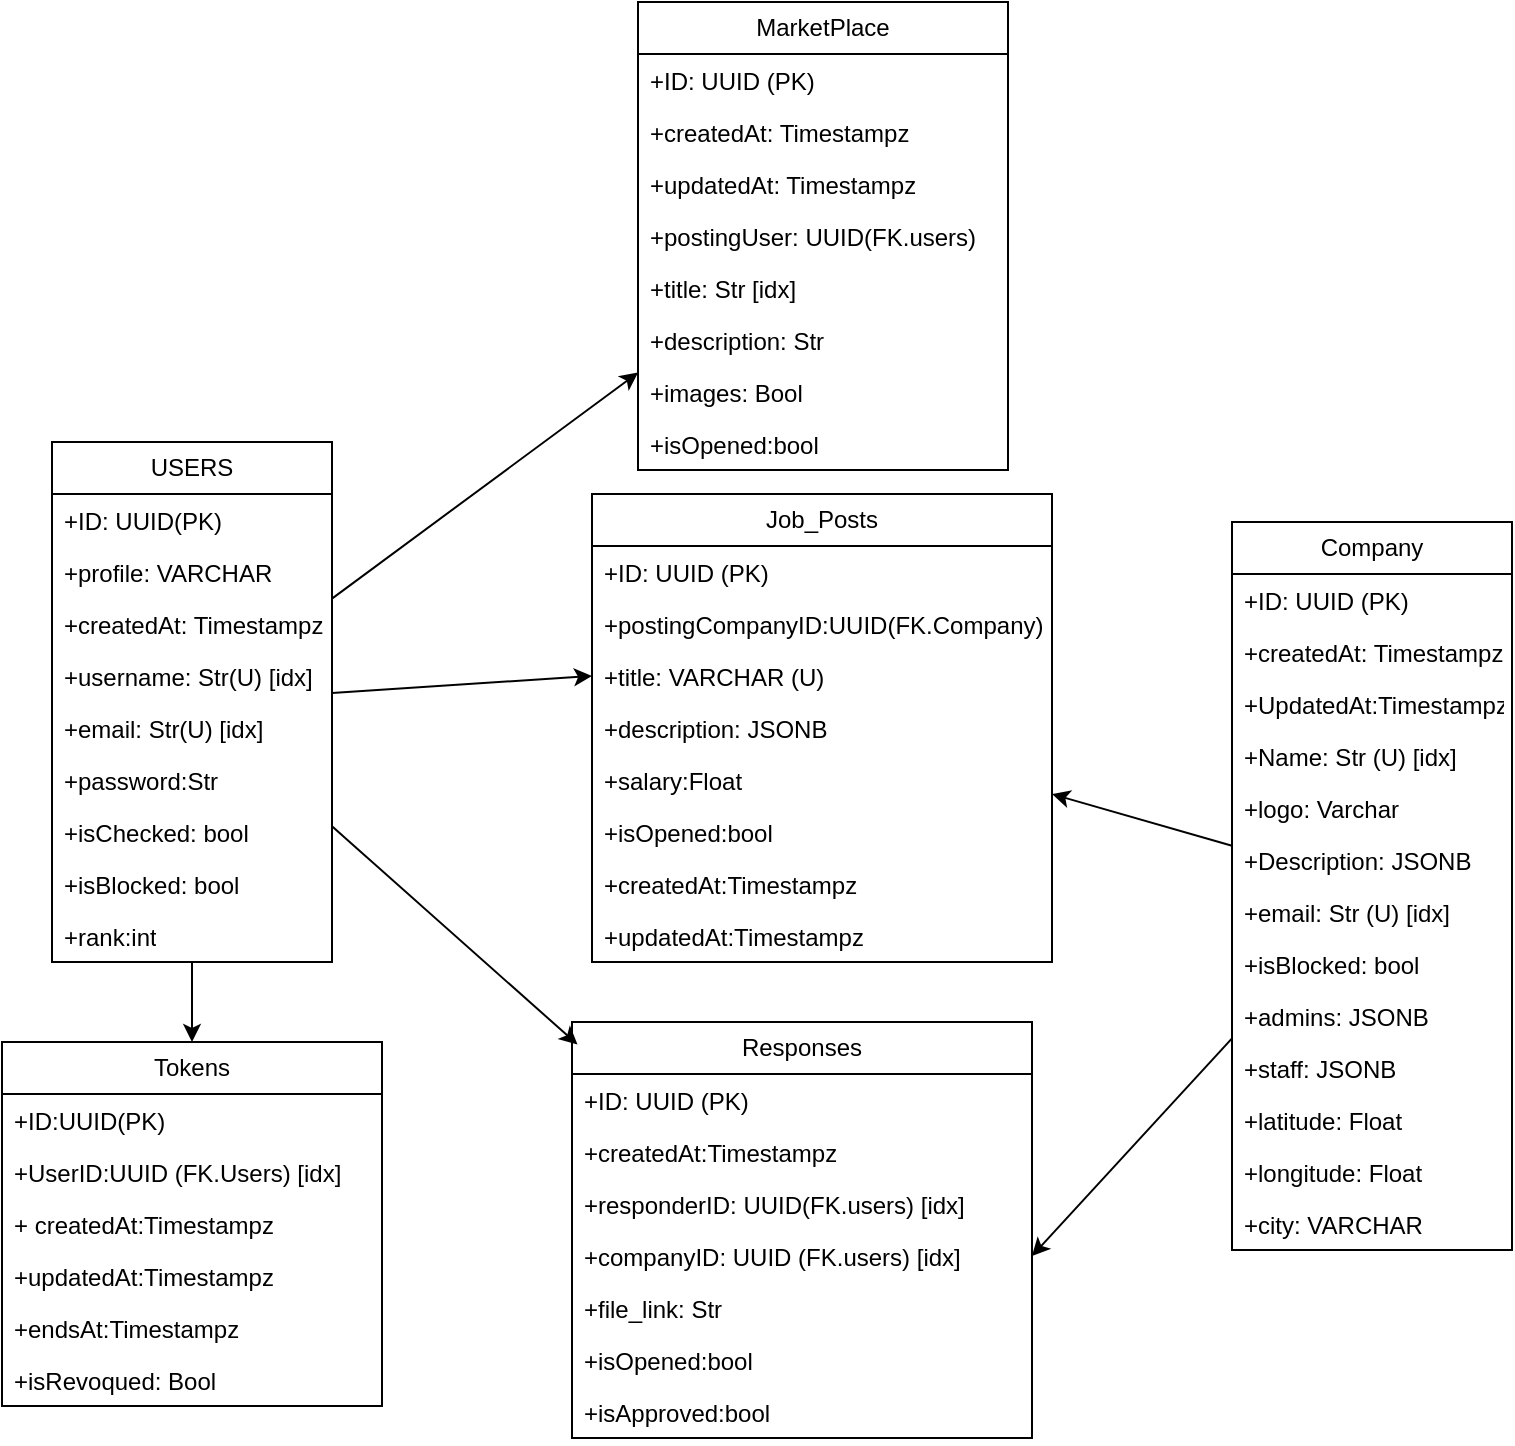
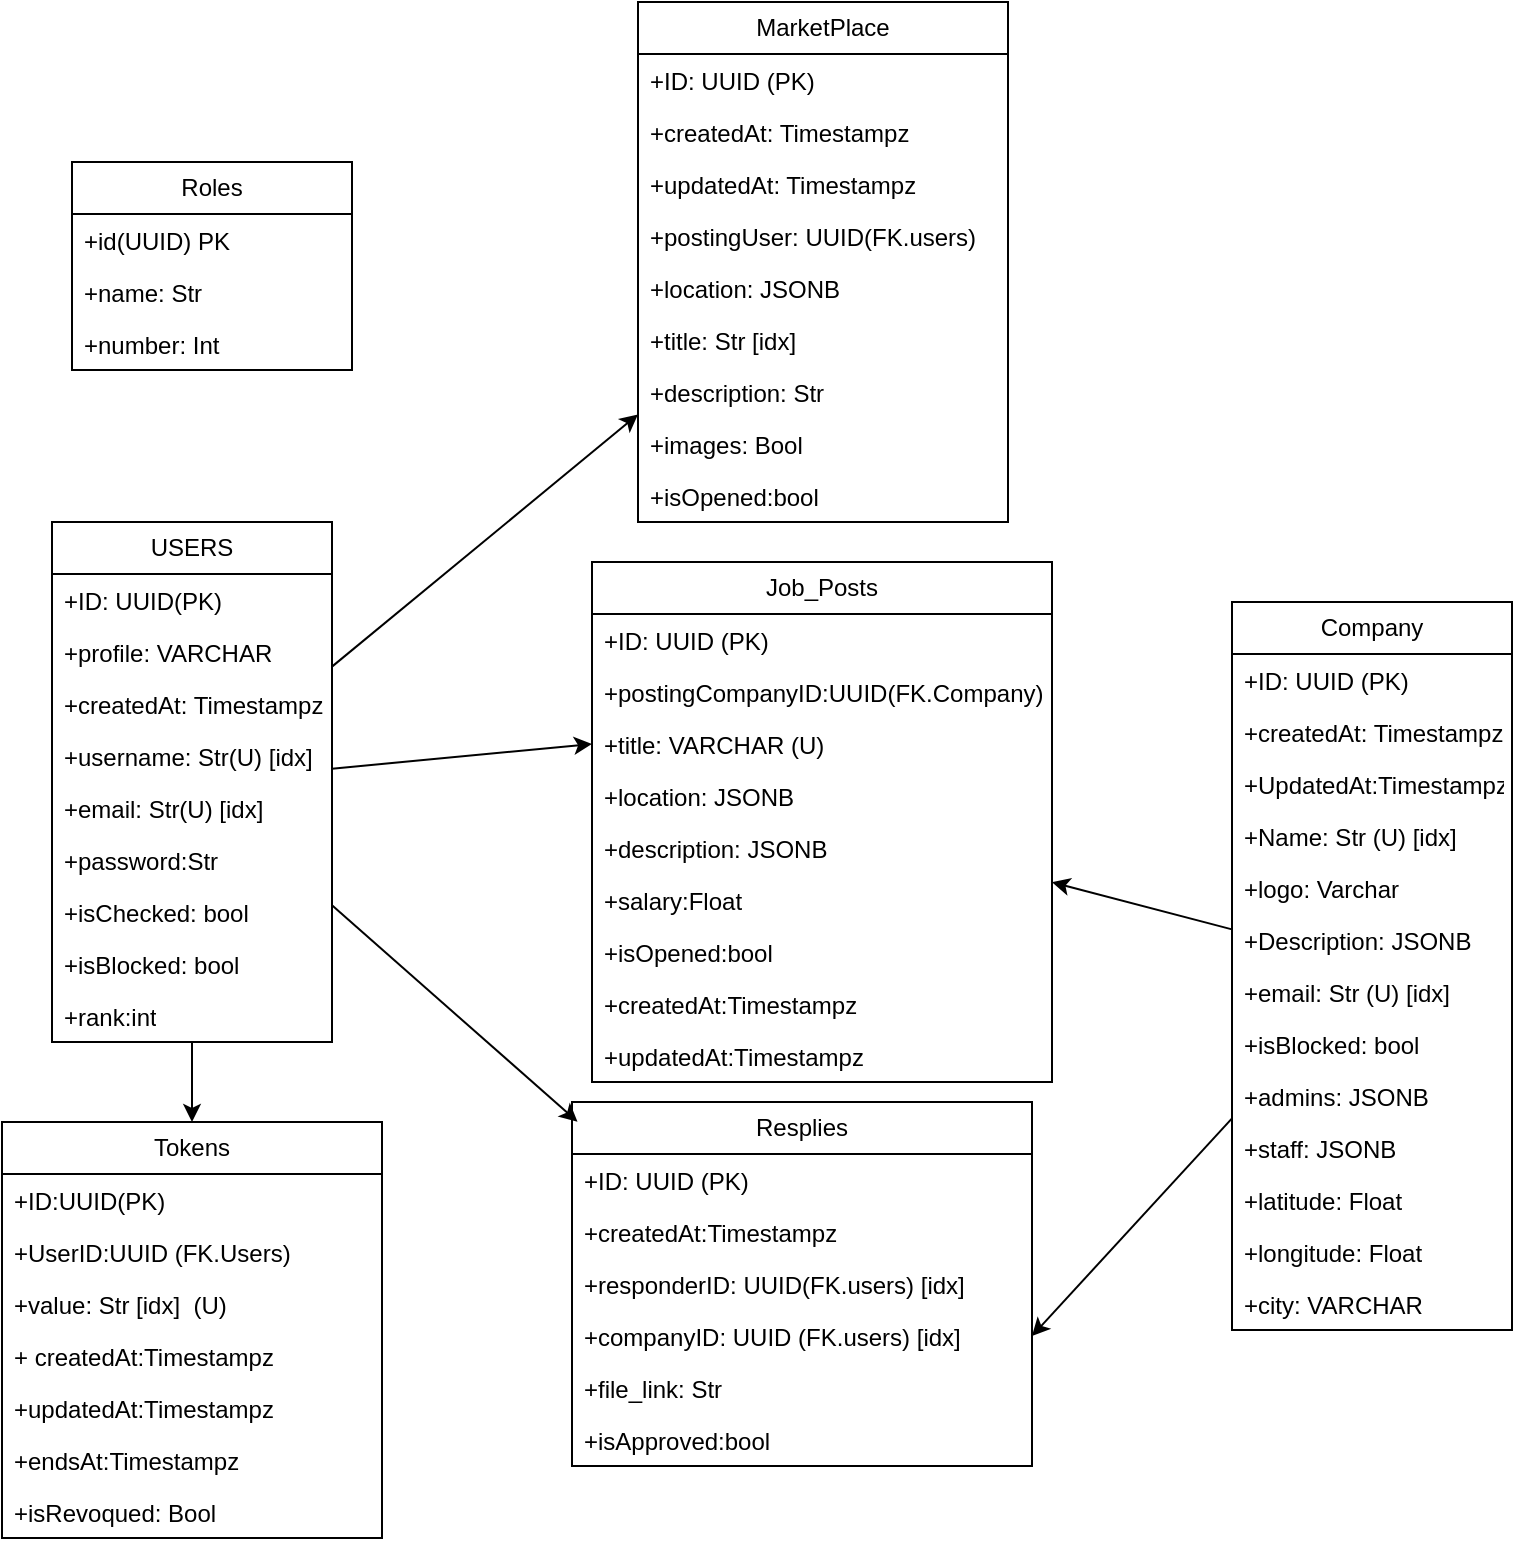
<mxfile host="65bd71144e">
    <diagram id="xegmaa3qzj7klPqwNCJy" name="Page-1">
-         <mxGraphModel dx="1268" dy="1686" grid="1" gridSize="10" guides="1" tooltips="1" connect="1" arrows="1" fold="1" page="1" pageScale="1" pageWidth="850" pageHeight="1100" math="0" shadow="0">
+         <mxGraphModel dx="791" dy="1949" grid="1" gridSize="10" guides="1" tooltips="1" connect="1" arrows="1" fold="1" page="1" pageScale="1" pageWidth="850" pageHeight="1100" math="0" shadow="0">
            <root>
                <mxCell id="0"/>
                <mxCell id="1" parent="0"/>
-                 <mxCell id="42" style="edgeStyle=none;html=1;entryX=0;entryY=0.5;entryDx=0;entryDy=0;" edge="1" parent="1" source="7" target="33">
-                     <mxGeometry relative="1" as="geometry"/>
-                 </mxCell>
-                 <mxCell id="57" style="edgeStyle=none;html=1;entryX=0.5;entryY=0;entryDx=0;entryDy=0;" edge="1" parent="1" source="7" target="45">
-                     <mxGeometry relative="1" as="geometry"/>
-                 </mxCell>
-                 <mxCell id="71" style="edgeStyle=none;html=1;" edge="1" parent="1" source="7" target="64">
-                     <mxGeometry relative="1" as="geometry"/>
-                 </mxCell>
-                 <mxCell id="7" value="USERS" style="swimlane;fontStyle=0;childLayout=stackLayout;horizontal=1;startSize=26;fillColor=none;horizontalStack=0;resizeParent=1;resizeParentMax=0;resizeLast=0;collapsible=1;marginBottom=0;whiteSpace=wrap;html=1;" vertex="1" parent="1">
+                 <mxCell id="42" style="edgeStyle=none;html=1;entryX=0;entryY=0.5;entryDx=0;entryDy=0;" parent="1" source="7" target="33" edge="1">
+                     <mxGeometry relative="1" as="geometry"/>
+                 </mxCell>
+                 <mxCell id="57" style="edgeStyle=none;html=1;entryX=0.5;entryY=0;entryDx=0;entryDy=0;" parent="1" source="7" target="45" edge="1">
+                     <mxGeometry relative="1" as="geometry"/>
+                 </mxCell>
+                 <mxCell id="71" style="edgeStyle=none;html=1;" parent="1" source="7" target="64" edge="1">
+                     <mxGeometry relative="1" as="geometry"/>
+                 </mxCell>
+                 <mxCell id="7" value="USERS" style="swimlane;fontStyle=0;childLayout=stackLayout;horizontal=1;startSize=26;fillColor=none;horizontalStack=0;resizeParent=1;resizeParentMax=0;resizeLast=0;collapsible=1;marginBottom=0;whiteSpace=wrap;html=1;" parent="1" vertex="1">
                    <mxGeometry x="40" y="160" width="140" height="260" as="geometry"/>
                </mxCell>
-                 <mxCell id="68" value="+ID: UUID(PK)" style="text;strokeColor=none;fillColor=none;align=left;verticalAlign=top;spacingLeft=4;spacingRight=4;overflow=hidden;rotatable=0;points=[[0,0.5],[1,0.5]];portConstraint=eastwest;whiteSpace=wrap;html=1;" vertex="1" parent="7">
+                 <mxCell id="68" value="+ID: UUID(PK)" style="text;strokeColor=none;fillColor=none;align=left;verticalAlign=top;spacingLeft=4;spacingRight=4;overflow=hidden;rotatable=0;points=[[0,0.5],[1,0.5]];portConstraint=eastwest;whiteSpace=wrap;html=1;" parent="7" vertex="1">
                    <mxGeometry y="26" width="140" height="26" as="geometry"/>
                </mxCell>
-                 <mxCell id="49" value="+profile: VARCHAR" style="text;strokeColor=none;fillColor=none;align=left;verticalAlign=top;spacingLeft=4;spacingRight=4;overflow=hidden;rotatable=0;points=[[0,0.5],[1,0.5]];portConstraint=eastwest;whiteSpace=wrap;html=1;" vertex="1" parent="7">
+                 <mxCell id="49" value="+profile: VARCHAR" style="text;strokeColor=none;fillColor=none;align=left;verticalAlign=top;spacingLeft=4;spacingRight=4;overflow=hidden;rotatable=0;points=[[0,0.5],[1,0.5]];portConstraint=eastwest;whiteSpace=wrap;html=1;" parent="7" vertex="1">
                    <mxGeometry y="52" width="140" height="26" as="geometry"/>
                </mxCell>
-                 <mxCell id="8" value="+createdAt: Timestampz" style="text;strokeColor=none;fillColor=none;align=left;verticalAlign=top;spacingLeft=4;spacingRight=4;overflow=hidden;rotatable=0;points=[[0,0.5],[1,0.5]];portConstraint=eastwest;whiteSpace=wrap;html=1;" vertex="1" parent="7">
+                 <mxCell id="8" value="+createdAt: Timestampz" style="text;strokeColor=none;fillColor=none;align=left;verticalAlign=top;spacingLeft=4;spacingRight=4;overflow=hidden;rotatable=0;points=[[0,0.5],[1,0.5]];portConstraint=eastwest;whiteSpace=wrap;html=1;" parent="7" vertex="1">
                    <mxGeometry y="78" width="140" height="26" as="geometry"/>
                </mxCell>
-                 <mxCell id="9" value="+username: Str(U) [idx]" style="text;strokeColor=none;fillColor=none;align=left;verticalAlign=top;spacingLeft=4;spacingRight=4;overflow=hidden;rotatable=0;points=[[0,0.5],[1,0.5]];portConstraint=eastwest;whiteSpace=wrap;html=1;" vertex="1" parent="7">
+                 <mxCell id="9" value="+username: Str(U) [idx]" style="text;strokeColor=none;fillColor=none;align=left;verticalAlign=top;spacingLeft=4;spacingRight=4;overflow=hidden;rotatable=0;points=[[0,0.5],[1,0.5]];portConstraint=eastwest;whiteSpace=wrap;html=1;" parent="7" vertex="1">
                    <mxGeometry y="104" width="140" height="26" as="geometry"/>
                </mxCell>
-                 <mxCell id="10" value="+email: Str(U) [idx]" style="text;strokeColor=none;fillColor=none;align=left;verticalAlign=top;spacingLeft=4;spacingRight=4;overflow=hidden;rotatable=0;points=[[0,0.5],[1,0.5]];portConstraint=eastwest;whiteSpace=wrap;html=1;" vertex="1" parent="7">
+                 <mxCell id="10" value="+email: Str(U) [idx]" style="text;strokeColor=none;fillColor=none;align=left;verticalAlign=top;spacingLeft=4;spacingRight=4;overflow=hidden;rotatable=0;points=[[0,0.5],[1,0.5]];portConstraint=eastwest;whiteSpace=wrap;html=1;" parent="7" vertex="1">
                    <mxGeometry y="130" width="140" height="26" as="geometry"/>
                </mxCell>
-                 <mxCell id="11" value="+password:Str" style="text;strokeColor=none;fillColor=none;align=left;verticalAlign=top;spacingLeft=4;spacingRight=4;overflow=hidden;rotatable=0;points=[[0,0.5],[1,0.5]];portConstraint=eastwest;whiteSpace=wrap;html=1;" vertex="1" parent="7">
+                 <mxCell id="11" value="+password:Str" style="text;strokeColor=none;fillColor=none;align=left;verticalAlign=top;spacingLeft=4;spacingRight=4;overflow=hidden;rotatable=0;points=[[0,0.5],[1,0.5]];portConstraint=eastwest;whiteSpace=wrap;html=1;" parent="7" vertex="1">
                    <mxGeometry y="156" width="140" height="26" as="geometry"/>
                </mxCell>
-                 <mxCell id="12" value="+isChecked: bool" style="text;strokeColor=none;fillColor=none;align=left;verticalAlign=top;spacingLeft=4;spacingRight=4;overflow=hidden;rotatable=0;points=[[0,0.5],[1,0.5]];portConstraint=eastwest;whiteSpace=wrap;html=1;" vertex="1" parent="7">
+                 <mxCell id="12" value="+isChecked: bool" style="text;strokeColor=none;fillColor=none;align=left;verticalAlign=top;spacingLeft=4;spacingRight=4;overflow=hidden;rotatable=0;points=[[0,0.5],[1,0.5]];portConstraint=eastwest;whiteSpace=wrap;html=1;" parent="7" vertex="1">
                    <mxGeometry y="182" width="140" height="26" as="geometry"/>
                </mxCell>
-                 <mxCell id="13" value="+isBlocked: bool" style="text;strokeColor=none;fillColor=none;align=left;verticalAlign=top;spacingLeft=4;spacingRight=4;overflow=hidden;rotatable=0;points=[[0,0.5],[1,0.5]];portConstraint=eastwest;whiteSpace=wrap;html=1;" vertex="1" parent="7">
+                 <mxCell id="13" value="+isBlocked: bool" style="text;strokeColor=none;fillColor=none;align=left;verticalAlign=top;spacingLeft=4;spacingRight=4;overflow=hidden;rotatable=0;points=[[0,0.5],[1,0.5]];portConstraint=eastwest;whiteSpace=wrap;html=1;" parent="7" vertex="1">
                    <mxGeometry y="208" width="140" height="26" as="geometry"/>
                </mxCell>
-                 <mxCell id="14" value="+rank:int" style="text;strokeColor=none;fillColor=none;align=left;verticalAlign=top;spacingLeft=4;spacingRight=4;overflow=hidden;rotatable=0;points=[[0,0.5],[1,0.5]];portConstraint=eastwest;whiteSpace=wrap;html=1;" vertex="1" parent="7">
+                 <mxCell id="14" value="+rank:int" style="text;strokeColor=none;fillColor=none;align=left;verticalAlign=top;spacingLeft=4;spacingRight=4;overflow=hidden;rotatable=0;points=[[0,0.5],[1,0.5]];portConstraint=eastwest;whiteSpace=wrap;html=1;" parent="7" vertex="1">
                    <mxGeometry y="234" width="140" height="26" as="geometry"/>
                </mxCell>
-                 <mxCell id="43" style="edgeStyle=none;html=1;entryX=1;entryY=0.5;entryDx=0;entryDy=0;" edge="1" parent="1" source="16" target="37">
-                     <mxGeometry relative="1" as="geometry"/>
-                 </mxCell>
-                 <mxCell id="44" style="edgeStyle=none;html=1;" edge="1" parent="1" source="16" target="26">
-                     <mxGeometry relative="1" as="geometry"/>
-                 </mxCell>
-                 <mxCell id="16" value="Company" style="swimlane;fontStyle=0;childLayout=stackLayout;horizontal=1;startSize=26;fillColor=none;horizontalStack=0;resizeParent=1;resizeParentMax=0;resizeLast=0;collapsible=1;marginBottom=0;whiteSpace=wrap;html=1;" vertex="1" parent="1">
+                 <mxCell id="43" style="edgeStyle=none;html=1;entryX=1;entryY=0.5;entryDx=0;entryDy=0;" parent="1" source="16" target="37" edge="1">
+                     <mxGeometry relative="1" as="geometry"/>
+                 </mxCell>
+                 <mxCell id="44" style="edgeStyle=none;html=1;" parent="1" source="16" target="26" edge="1">
+                     <mxGeometry relative="1" as="geometry"/>
+                 </mxCell>
+                 <mxCell id="16" value="Company" style="swimlane;fontStyle=0;childLayout=stackLayout;horizontal=1;startSize=26;fillColor=none;horizontalStack=0;resizeParent=1;resizeParentMax=0;resizeLast=0;collapsible=1;marginBottom=0;whiteSpace=wrap;html=1;" parent="1" vertex="1">
                    <mxGeometry x="630" y="200" width="140" height="364" as="geometry"/>
                </mxCell>
-                 <mxCell id="17" value="+ID: UUID (PK)&amp;nbsp;" style="text;strokeColor=none;fillColor=none;align=left;verticalAlign=top;spacingLeft=4;spacingRight=4;overflow=hidden;rotatable=0;points=[[0,0.5],[1,0.5]];portConstraint=eastwest;whiteSpace=wrap;html=1;" vertex="1" parent="16">
+                 <mxCell id="17" value="+ID: UUID (PK)&amp;nbsp;" style="text;strokeColor=none;fillColor=none;align=left;verticalAlign=top;spacingLeft=4;spacingRight=4;overflow=hidden;rotatable=0;points=[[0,0.5],[1,0.5]];portConstraint=eastwest;whiteSpace=wrap;html=1;" parent="16" vertex="1">
                    <mxGeometry y="26" width="140" height="26" as="geometry"/>
                </mxCell>
-                 <mxCell id="55" value="+createdAt: Timestampz" style="text;strokeColor=none;fillColor=none;align=left;verticalAlign=top;spacingLeft=4;spacingRight=4;overflow=hidden;rotatable=0;points=[[0,0.5],[1,0.5]];portConstraint=eastwest;whiteSpace=wrap;html=1;" vertex="1" parent="16">
+                 <mxCell id="55" value="+createdAt: Timestampz" style="text;strokeColor=none;fillColor=none;align=left;verticalAlign=top;spacingLeft=4;spacingRight=4;overflow=hidden;rotatable=0;points=[[0,0.5],[1,0.5]];portConstraint=eastwest;whiteSpace=wrap;html=1;" parent="16" vertex="1">
                    <mxGeometry y="52" width="140" height="26" as="geometry"/>
                </mxCell>
-                 <mxCell id="56" value="+UpdatedAt:Timestampz" style="text;strokeColor=none;fillColor=none;align=left;verticalAlign=top;spacingLeft=4;spacingRight=4;overflow=hidden;rotatable=0;points=[[0,0.5],[1,0.5]];portConstraint=eastwest;whiteSpace=wrap;html=1;" vertex="1" parent="16">
+                 <mxCell id="56" value="+UpdatedAt:Timestampz" style="text;strokeColor=none;fillColor=none;align=left;verticalAlign=top;spacingLeft=4;spacingRight=4;overflow=hidden;rotatable=0;points=[[0,0.5],[1,0.5]];portConstraint=eastwest;whiteSpace=wrap;html=1;" parent="16" vertex="1">
                    <mxGeometry y="78" width="140" height="26" as="geometry"/>
                </mxCell>
-                 <mxCell id="18" value="+Name: Str (U) [idx]" style="text;strokeColor=none;fillColor=none;align=left;verticalAlign=top;spacingLeft=4;spacingRight=4;overflow=hidden;rotatable=0;points=[[0,0.5],[1,0.5]];portConstraint=eastwest;whiteSpace=wrap;html=1;" vertex="1" parent="16">
+                 <mxCell id="18" value="+Name: Str (U) [idx]" style="text;strokeColor=none;fillColor=none;align=left;verticalAlign=top;spacingLeft=4;spacingRight=4;overflow=hidden;rotatable=0;points=[[0,0.5],[1,0.5]];portConstraint=eastwest;whiteSpace=wrap;html=1;" parent="16" vertex="1">
                    <mxGeometry y="104" width="140" height="26" as="geometry"/>
                </mxCell>
-                 <mxCell id="54" value="+logo: Varchar" style="text;strokeColor=none;fillColor=none;align=left;verticalAlign=top;spacingLeft=4;spacingRight=4;overflow=hidden;rotatable=0;points=[[0,0.5],[1,0.5]];portConstraint=eastwest;whiteSpace=wrap;html=1;" vertex="1" parent="16">
+                 <mxCell id="54" value="+logo: Varchar" style="text;strokeColor=none;fillColor=none;align=left;verticalAlign=top;spacingLeft=4;spacingRight=4;overflow=hidden;rotatable=0;points=[[0,0.5],[1,0.5]];portConstraint=eastwest;whiteSpace=wrap;html=1;" parent="16" vertex="1">
                    <mxGeometry y="130" width="140" height="26" as="geometry"/>
                </mxCell>
-                 <mxCell id="53" value="+Description: JSONB" style="text;strokeColor=none;fillColor=none;align=left;verticalAlign=top;spacingLeft=4;spacingRight=4;overflow=hidden;rotatable=0;points=[[0,0.5],[1,0.5]];portConstraint=eastwest;whiteSpace=wrap;html=1;" vertex="1" parent="16">
+                 <mxCell id="53" value="+Description: JSONB" style="text;strokeColor=none;fillColor=none;align=left;verticalAlign=top;spacingLeft=4;spacingRight=4;overflow=hidden;rotatable=0;points=[[0,0.5],[1,0.5]];portConstraint=eastwest;whiteSpace=wrap;html=1;" parent="16" vertex="1">
                    <mxGeometry y="156" width="140" height="26" as="geometry"/>
                </mxCell>
-                 <mxCell id="19" value="+email: Str (U) [idx]" style="text;strokeColor=none;fillColor=none;align=left;verticalAlign=top;spacingLeft=4;spacingRight=4;overflow=hidden;rotatable=0;points=[[0,0.5],[1,0.5]];portConstraint=eastwest;whiteSpace=wrap;html=1;" vertex="1" parent="16">
+                 <mxCell id="19" value="+email: Str (U) [idx]" style="text;strokeColor=none;fillColor=none;align=left;verticalAlign=top;spacingLeft=4;spacingRight=4;overflow=hidden;rotatable=0;points=[[0,0.5],[1,0.5]];portConstraint=eastwest;whiteSpace=wrap;html=1;" parent="16" vertex="1">
                    <mxGeometry y="182" width="140" height="26" as="geometry"/>
                </mxCell>
-                 <mxCell id="20" value="+isBlocked: bool" style="text;strokeColor=none;fillColor=none;align=left;verticalAlign=top;spacingLeft=4;spacingRight=4;overflow=hidden;rotatable=0;points=[[0,0.5],[1,0.5]];portConstraint=eastwest;whiteSpace=wrap;html=1;" vertex="1" parent="16">
+                 <mxCell id="20" value="+isBlocked: bool" style="text;strokeColor=none;fillColor=none;align=left;verticalAlign=top;spacingLeft=4;spacingRight=4;overflow=hidden;rotatable=0;points=[[0,0.5],[1,0.5]];portConstraint=eastwest;whiteSpace=wrap;html=1;" parent="16" vertex="1">
                    <mxGeometry y="208" width="140" height="26" as="geometry"/>
                </mxCell>
-                 <mxCell id="21" value="+admins: JSONB" style="text;strokeColor=none;fillColor=none;align=left;verticalAlign=top;spacingLeft=4;spacingRight=4;overflow=hidden;rotatable=0;points=[[0,0.5],[1,0.5]];portConstraint=eastwest;whiteSpace=wrap;html=1;" vertex="1" parent="16">
+                 <mxCell id="21" value="+admins: JSONB" style="text;strokeColor=none;fillColor=none;align=left;verticalAlign=top;spacingLeft=4;spacingRight=4;overflow=hidden;rotatable=0;points=[[0,0.5],[1,0.5]];portConstraint=eastwest;whiteSpace=wrap;html=1;" parent="16" vertex="1">
                    <mxGeometry y="234" width="140" height="26" as="geometry"/>
                </mxCell>
-                 <mxCell id="22" value="+staff: JSONB" style="text;strokeColor=none;fillColor=none;align=left;verticalAlign=top;spacingLeft=4;spacingRight=4;overflow=hidden;rotatable=0;points=[[0,0.5],[1,0.5]];portConstraint=eastwest;whiteSpace=wrap;html=1;" vertex="1" parent="16">
+                 <mxCell id="22" value="+staff: JSONB" style="text;strokeColor=none;fillColor=none;align=left;verticalAlign=top;spacingLeft=4;spacingRight=4;overflow=hidden;rotatable=0;points=[[0,0.5],[1,0.5]];portConstraint=eastwest;whiteSpace=wrap;html=1;" parent="16" vertex="1">
                    <mxGeometry y="260" width="140" height="26" as="geometry"/>
                </mxCell>
-                 <mxCell id="23" value="+latitude: Float" style="text;strokeColor=none;fillColor=none;align=left;verticalAlign=top;spacingLeft=4;spacingRight=4;overflow=hidden;rotatable=0;points=[[0,0.5],[1,0.5]];portConstraint=eastwest;whiteSpace=wrap;html=1;" vertex="1" parent="16">
+                 <mxCell id="23" value="+latitude: Float" style="text;strokeColor=none;fillColor=none;align=left;verticalAlign=top;spacingLeft=4;spacingRight=4;overflow=hidden;rotatable=0;points=[[0,0.5],[1,0.5]];portConstraint=eastwest;whiteSpace=wrap;html=1;" parent="16" vertex="1">
                    <mxGeometry y="286" width="140" height="26" as="geometry"/>
                </mxCell>
-                 <mxCell id="24" value="+longitude: Float" style="text;strokeColor=none;fillColor=none;align=left;verticalAlign=top;spacingLeft=4;spacingRight=4;overflow=hidden;rotatable=0;points=[[0,0.5],[1,0.5]];portConstraint=eastwest;whiteSpace=wrap;html=1;" vertex="1" parent="16">
+                 <mxCell id="24" value="+longitude: Float" style="text;strokeColor=none;fillColor=none;align=left;verticalAlign=top;spacingLeft=4;spacingRight=4;overflow=hidden;rotatable=0;points=[[0,0.5],[1,0.5]];portConstraint=eastwest;whiteSpace=wrap;html=1;" parent="16" vertex="1">
                    <mxGeometry y="312" width="140" height="26" as="geometry"/>
                </mxCell>
-                 <mxCell id="25" value="+city: VARCHAR" style="text;strokeColor=none;fillColor=none;align=left;verticalAlign=top;spacingLeft=4;spacingRight=4;overflow=hidden;rotatable=0;points=[[0,0.5],[1,0.5]];portConstraint=eastwest;whiteSpace=wrap;html=1;" vertex="1" parent="16">
+                 <mxCell id="25" value="+city: VARCHAR" style="text;strokeColor=none;fillColor=none;align=left;verticalAlign=top;spacingLeft=4;spacingRight=4;overflow=hidden;rotatable=0;points=[[0,0.5],[1,0.5]];portConstraint=eastwest;whiteSpace=wrap;html=1;" parent="16" vertex="1">
                    <mxGeometry y="338" width="140" height="26" as="geometry"/>
                </mxCell>
-                 <mxCell id="26" value="Job_Posts" style="swimlane;fontStyle=0;childLayout=stackLayout;horizontal=1;startSize=26;fillColor=none;horizontalStack=0;resizeParent=1;resizeParentMax=0;resizeLast=0;collapsible=1;marginBottom=0;whiteSpace=wrap;html=1;" vertex="1" parent="1">
-                     <mxGeometry x="310" y="186" width="230" height="234" as="geometry"/>
-                 </mxCell>
-                 <mxCell id="27" value="+ID: UUID (PK)" style="text;strokeColor=none;fillColor=none;align=left;verticalAlign=top;spacingLeft=4;spacingRight=4;overflow=hidden;rotatable=0;points=[[0,0.5],[1,0.5]];portConstraint=eastwest;whiteSpace=wrap;html=1;" vertex="1" parent="26">
+                 <mxCell id="26" value="Job_Posts" style="swimlane;fontStyle=0;childLayout=stackLayout;horizontal=1;startSize=26;fillColor=none;horizontalStack=0;resizeParent=1;resizeParentMax=0;resizeLast=0;collapsible=1;marginBottom=0;whiteSpace=wrap;html=1;" parent="1" vertex="1">
+                     <mxGeometry x="310" y="180" width="230" height="260" as="geometry"/>
+                 </mxCell>
+                 <mxCell id="27" value="+ID: UUID (PK)" style="text;strokeColor=none;fillColor=none;align=left;verticalAlign=top;spacingLeft=4;spacingRight=4;overflow=hidden;rotatable=0;points=[[0,0.5],[1,0.5]];portConstraint=eastwest;whiteSpace=wrap;html=1;" parent="26" vertex="1">
                    <mxGeometry y="26" width="230" height="26" as="geometry"/>
                </mxCell>
-                 <mxCell id="28" value="+postingCompanyID:UUID(FK.Company)" style="text;strokeColor=none;fillColor=none;align=left;verticalAlign=top;spacingLeft=4;spacingRight=4;overflow=hidden;rotatable=0;points=[[0,0.5],[1,0.5]];portConstraint=eastwest;whiteSpace=wrap;html=1;" vertex="1" parent="26">
+                 <mxCell id="28" value="+postingCompanyID:UUID(FK.Company)" style="text;strokeColor=none;fillColor=none;align=left;verticalAlign=top;spacingLeft=4;spacingRight=4;overflow=hidden;rotatable=0;points=[[0,0.5],[1,0.5]];portConstraint=eastwest;whiteSpace=wrap;html=1;" parent="26" vertex="1">
                    <mxGeometry y="52" width="230" height="26" as="geometry"/>
                </mxCell>
-                 <mxCell id="33" value="+title: VARCHAR (U)" style="text;strokeColor=none;fillColor=none;align=left;verticalAlign=top;spacingLeft=4;spacingRight=4;overflow=hidden;rotatable=0;points=[[0,0.5],[1,0.5]];portConstraint=eastwest;whiteSpace=wrap;html=1;" vertex="1" parent="26">
+                 <mxCell id="33" value="+title: VARCHAR (U)" style="text;strokeColor=none;fillColor=none;align=left;verticalAlign=top;spacingLeft=4;spacingRight=4;overflow=hidden;rotatable=0;points=[[0,0.5],[1,0.5]];portConstraint=eastwest;whiteSpace=wrap;html=1;" parent="26" vertex="1">
                    <mxGeometry y="78" width="230" height="26" as="geometry"/>
                </mxCell>
-                 <mxCell id="32" value="+description: JSONB" style="text;strokeColor=none;fillColor=none;align=left;verticalAlign=top;spacingLeft=4;spacingRight=4;overflow=hidden;rotatable=0;points=[[0,0.5],[1,0.5]];portConstraint=eastwest;whiteSpace=wrap;html=1;" vertex="1" parent="26">
+                 <mxCell id="81" value="+location: JSONB" style="text;strokeColor=none;fillColor=none;align=left;verticalAlign=top;spacingLeft=4;spacingRight=4;overflow=hidden;rotatable=0;points=[[0,0.5],[1,0.5]];portConstraint=eastwest;whiteSpace=wrap;html=1;" vertex="1" parent="26">
                    <mxGeometry y="104" width="230" height="26" as="geometry"/>
                </mxCell>
-                 <mxCell id="50" value="+salary:Float" style="text;strokeColor=none;fillColor=none;align=left;verticalAlign=top;spacingLeft=4;spacingRight=4;overflow=hidden;rotatable=0;points=[[0,0.5],[1,0.5]];portConstraint=eastwest;whiteSpace=wrap;html=1;" vertex="1" parent="26">
+                 <mxCell id="32" value="+description: JSONB" style="text;strokeColor=none;fillColor=none;align=left;verticalAlign=top;spacingLeft=4;spacingRight=4;overflow=hidden;rotatable=0;points=[[0,0.5],[1,0.5]];portConstraint=eastwest;whiteSpace=wrap;html=1;" parent="26" vertex="1">
                    <mxGeometry y="130" width="230" height="26" as="geometry"/>
                </mxCell>
-                 <mxCell id="51" value="+isOpened:bool" style="text;strokeColor=none;fillColor=none;align=left;verticalAlign=top;spacingLeft=4;spacingRight=4;overflow=hidden;rotatable=0;points=[[0,0.5],[1,0.5]];portConstraint=eastwest;whiteSpace=wrap;html=1;" vertex="1" parent="26">
+                 <mxCell id="50" value="+salary:Float" style="text;strokeColor=none;fillColor=none;align=left;verticalAlign=top;spacingLeft=4;spacingRight=4;overflow=hidden;rotatable=0;points=[[0,0.5],[1,0.5]];portConstraint=eastwest;whiteSpace=wrap;html=1;" parent="26" vertex="1">
                    <mxGeometry y="156" width="230" height="26" as="geometry"/>
                </mxCell>
-                 <mxCell id="52" value="+createdAt:Timestampz" style="text;strokeColor=none;fillColor=none;align=left;verticalAlign=top;spacingLeft=4;spacingRight=4;overflow=hidden;rotatable=0;points=[[0,0.5],[1,0.5]];portConstraint=eastwest;whiteSpace=wrap;html=1;" vertex="1" parent="26">
+                 <mxCell id="51" value="+isOpened:bool" style="text;strokeColor=none;fillColor=none;align=left;verticalAlign=top;spacingLeft=4;spacingRight=4;overflow=hidden;rotatable=0;points=[[0,0.5],[1,0.5]];portConstraint=eastwest;whiteSpace=wrap;html=1;" parent="26" vertex="1">
                    <mxGeometry y="182" width="230" height="26" as="geometry"/>
                </mxCell>
-                 <mxCell id="29" value="+updatedAt:Timestampz" style="text;strokeColor=none;fillColor=none;align=left;verticalAlign=top;spacingLeft=4;spacingRight=4;overflow=hidden;rotatable=0;points=[[0,0.5],[1,0.5]];portConstraint=eastwest;whiteSpace=wrap;html=1;" vertex="1" parent="26">
+                 <mxCell id="52" value="+createdAt:Timestampz" style="text;strokeColor=none;fillColor=none;align=left;verticalAlign=top;spacingLeft=4;spacingRight=4;overflow=hidden;rotatable=0;points=[[0,0.5],[1,0.5]];portConstraint=eastwest;whiteSpace=wrap;html=1;" parent="26" vertex="1">
                    <mxGeometry y="208" width="230" height="26" as="geometry"/>
                </mxCell>
-                 <mxCell id="34" value="Responses" style="swimlane;fontStyle=0;childLayout=stackLayout;horizontal=1;startSize=26;fillColor=none;horizontalStack=0;resizeParent=1;resizeParentMax=0;resizeLast=0;collapsible=1;marginBottom=0;whiteSpace=wrap;html=1;" vertex="1" parent="1">
-                     <mxGeometry x="300" y="450" width="230" height="208" as="geometry"/>
-                 </mxCell>
-                 <mxCell id="35" value="+ID: UUID (PK)" style="text;strokeColor=none;fillColor=none;align=left;verticalAlign=top;spacingLeft=4;spacingRight=4;overflow=hidden;rotatable=0;points=[[0,0.5],[1,0.5]];portConstraint=eastwest;whiteSpace=wrap;html=1;" vertex="1" parent="34">
+                 <mxCell id="29" value="+updatedAt:Timestampz" style="text;strokeColor=none;fillColor=none;align=left;verticalAlign=top;spacingLeft=4;spacingRight=4;overflow=hidden;rotatable=0;points=[[0,0.5],[1,0.5]];portConstraint=eastwest;whiteSpace=wrap;html=1;" parent="26" vertex="1">
+                     <mxGeometry y="234" width="230" height="26" as="geometry"/>
+                 </mxCell>
+                 <mxCell id="34" value="Resplies" style="swimlane;fontStyle=0;childLayout=stackLayout;horizontal=1;startSize=26;fillColor=none;horizontalStack=0;resizeParent=1;resizeParentMax=0;resizeLast=0;collapsible=1;marginBottom=0;whiteSpace=wrap;html=1;" parent="1" vertex="1">
+                     <mxGeometry x="300" y="450" width="230" height="182" as="geometry"/>
+                 </mxCell>
+                 <mxCell id="35" value="+ID: UUID (PK)" style="text;strokeColor=none;fillColor=none;align=left;verticalAlign=top;spacingLeft=4;spacingRight=4;overflow=hidden;rotatable=0;points=[[0,0.5],[1,0.5]];portConstraint=eastwest;whiteSpace=wrap;html=1;" parent="34" vertex="1">
                    <mxGeometry y="26" width="230" height="26" as="geometry"/>
                </mxCell>
-                 <mxCell id="63" value="+createdAt:Timestampz" style="text;strokeColor=none;fillColor=none;align=left;verticalAlign=top;spacingLeft=4;spacingRight=4;overflow=hidden;rotatable=0;points=[[0,0.5],[1,0.5]];portConstraint=eastwest;whiteSpace=wrap;html=1;" vertex="1" parent="34">
+                 <mxCell id="63" value="+createdAt:Timestampz" style="text;strokeColor=none;fillColor=none;align=left;verticalAlign=top;spacingLeft=4;spacingRight=4;overflow=hidden;rotatable=0;points=[[0,0.5],[1,0.5]];portConstraint=eastwest;whiteSpace=wrap;html=1;" parent="34" vertex="1">
                    <mxGeometry y="52" width="230" height="26" as="geometry"/>
                </mxCell>
-                 <mxCell id="36" value="+responderID: UUID(FK.users) [idx]" style="text;strokeColor=none;fillColor=none;align=left;verticalAlign=top;spacingLeft=4;spacingRight=4;overflow=hidden;rotatable=0;points=[[0,0.5],[1,0.5]];portConstraint=eastwest;whiteSpace=wrap;html=1;" vertex="1" parent="34">
+                 <mxCell id="36" value="+responderID: UUID(FK.users) [idx]" style="text;strokeColor=none;fillColor=none;align=left;verticalAlign=top;spacingLeft=4;spacingRight=4;overflow=hidden;rotatable=0;points=[[0,0.5],[1,0.5]];portConstraint=eastwest;whiteSpace=wrap;html=1;" parent="34" vertex="1">
                    <mxGeometry y="78" width="230" height="26" as="geometry"/>
                </mxCell>
-                 <mxCell id="37" value="+companyID: UUID (FK.users) [idx]" style="text;strokeColor=none;fillColor=none;align=left;verticalAlign=top;spacingLeft=4;spacingRight=4;overflow=hidden;rotatable=0;points=[[0,0.5],[1,0.5]];portConstraint=eastwest;whiteSpace=wrap;html=1;" vertex="1" parent="34">
+                 <mxCell id="37" value="+companyID: UUID (FK.users) [idx]" style="text;strokeColor=none;fillColor=none;align=left;verticalAlign=top;spacingLeft=4;spacingRight=4;overflow=hidden;rotatable=0;points=[[0,0.5],[1,0.5]];portConstraint=eastwest;whiteSpace=wrap;html=1;" parent="34" vertex="1">
                    <mxGeometry y="104" width="230" height="26" as="geometry"/>
                </mxCell>
-                 <mxCell id="38" value="+file_link: Str" style="text;strokeColor=none;fillColor=none;align=left;verticalAlign=top;spacingLeft=4;spacingRight=4;overflow=hidden;rotatable=0;points=[[0,0.5],[1,0.5]];portConstraint=eastwest;whiteSpace=wrap;html=1;" vertex="1" parent="34">
+                 <mxCell id="38" value="+file_link: Str" style="text;strokeColor=none;fillColor=none;align=left;verticalAlign=top;spacingLeft=4;spacingRight=4;overflow=hidden;rotatable=0;points=[[0,0.5],[1,0.5]];portConstraint=eastwest;whiteSpace=wrap;html=1;" parent="34" vertex="1">
                    <mxGeometry y="130" width="230" height="26" as="geometry"/>
                </mxCell>
-                 <mxCell id="39" value="+isOpened:bool" style="text;strokeColor=none;fillColor=none;align=left;verticalAlign=top;spacingLeft=4;spacingRight=4;overflow=hidden;rotatable=0;points=[[0,0.5],[1,0.5]];portConstraint=eastwest;whiteSpace=wrap;html=1;" vertex="1" parent="34">
+                 <mxCell id="40" value="+isApproved:bool" style="text;strokeColor=none;fillColor=none;align=left;verticalAlign=top;spacingLeft=4;spacingRight=4;overflow=hidden;rotatable=0;points=[[0,0.5],[1,0.5]];portConstraint=eastwest;whiteSpace=wrap;html=1;" parent="34" vertex="1">
                    <mxGeometry y="156" width="230" height="26" as="geometry"/>
                </mxCell>
-                 <mxCell id="40" value="+isApproved:bool" style="text;strokeColor=none;fillColor=none;align=left;verticalAlign=top;spacingLeft=4;spacingRight=4;overflow=hidden;rotatable=0;points=[[0,0.5],[1,0.5]];portConstraint=eastwest;whiteSpace=wrap;html=1;" vertex="1" parent="34">
-                     <mxGeometry y="182" width="230" height="26" as="geometry"/>
-                 </mxCell>
-                 <mxCell id="41" style="edgeStyle=none;html=1;entryX=0.012;entryY=0.054;entryDx=0;entryDy=0;entryPerimeter=0;" edge="1" parent="1" source="7" target="34">
-                     <mxGeometry relative="1" as="geometry"/>
-                 </mxCell>
-                 <mxCell id="45" value="Tokens" style="swimlane;fontStyle=0;childLayout=stackLayout;horizontal=1;startSize=26;fillColor=none;horizontalStack=0;resizeParent=1;resizeParentMax=0;resizeLast=0;collapsible=1;marginBottom=0;whiteSpace=wrap;html=1;" vertex="1" parent="1">
-                     <mxGeometry x="15" y="460" width="190" height="182" as="geometry"/>
-                 </mxCell>
-                 <mxCell id="46" value="+ID:UUID(PK)" style="text;strokeColor=none;fillColor=none;align=left;verticalAlign=top;spacingLeft=4;spacingRight=4;overflow=hidden;rotatable=0;points=[[0,0.5],[1,0.5]];portConstraint=eastwest;whiteSpace=wrap;html=1;" vertex="1" parent="45">
+                 <mxCell id="41" style="edgeStyle=none;html=1;entryX=0.012;entryY=0.054;entryDx=0;entryDy=0;entryPerimeter=0;" parent="1" source="7" target="34" edge="1">
+                     <mxGeometry relative="1" as="geometry"/>
+                 </mxCell>
+                 <mxCell id="45" value="Tokens" style="swimlane;fontStyle=0;childLayout=stackLayout;horizontal=1;startSize=26;fillColor=none;horizontalStack=0;resizeParent=1;resizeParentMax=0;resizeLast=0;collapsible=1;marginBottom=0;whiteSpace=wrap;html=1;" parent="1" vertex="1">
+                     <mxGeometry x="15" y="460" width="190" height="208" as="geometry"/>
+                 </mxCell>
+                 <mxCell id="46" value="+ID:UUID(PK)" style="text;strokeColor=none;fillColor=none;align=left;verticalAlign=top;spacingLeft=4;spacingRight=4;overflow=hidden;rotatable=0;points=[[0,0.5],[1,0.5]];portConstraint=eastwest;whiteSpace=wrap;html=1;" parent="45" vertex="1">
                    <mxGeometry y="26" width="190" height="26" as="geometry"/>
                </mxCell>
-                 <mxCell id="47" value="+UserID:UUID (FK.Users) [idx]" style="text;strokeColor=none;fillColor=none;align=left;verticalAlign=top;spacingLeft=4;spacingRight=4;overflow=hidden;rotatable=0;points=[[0,0.5],[1,0.5]];portConstraint=eastwest;whiteSpace=wrap;html=1;" vertex="1" parent="45">
+                 <mxCell id="79" value="+UserID:UUID (FK.Users)" style="text;strokeColor=none;fillColor=none;align=left;verticalAlign=top;spacingLeft=4;spacingRight=4;overflow=hidden;rotatable=0;points=[[0,0.5],[1,0.5]];portConstraint=eastwest;whiteSpace=wrap;html=1;" vertex="1" parent="45">
                    <mxGeometry y="52" width="190" height="26" as="geometry"/>
                </mxCell>
-                 <mxCell id="58" value="+ createdAt:Timestampz" style="text;strokeColor=none;fillColor=none;align=left;verticalAlign=top;spacingLeft=4;spacingRight=4;overflow=hidden;rotatable=0;points=[[0,0.5],[1,0.5]];portConstraint=eastwest;whiteSpace=wrap;html=1;" vertex="1" parent="45">
+                 <mxCell id="47" value="+value: Str [idx]&amp;nbsp; (U)" style="text;strokeColor=none;fillColor=none;align=left;verticalAlign=top;spacingLeft=4;spacingRight=4;overflow=hidden;rotatable=0;points=[[0,0.5],[1,0.5]];portConstraint=eastwest;whiteSpace=wrap;html=1;" parent="45" vertex="1">
                    <mxGeometry y="78" width="190" height="26" as="geometry"/>
                </mxCell>
-                 <mxCell id="59" value="+updatedAt:Timestampz" style="text;strokeColor=none;fillColor=none;align=left;verticalAlign=top;spacingLeft=4;spacingRight=4;overflow=hidden;rotatable=0;points=[[0,0.5],[1,0.5]];portConstraint=eastwest;whiteSpace=wrap;html=1;" vertex="1" parent="45">
+                 <mxCell id="58" value="+ createdAt:Timestampz" style="text;strokeColor=none;fillColor=none;align=left;verticalAlign=top;spacingLeft=4;spacingRight=4;overflow=hidden;rotatable=0;points=[[0,0.5],[1,0.5]];portConstraint=eastwest;whiteSpace=wrap;html=1;" parent="45" vertex="1">
                    <mxGeometry y="104" width="190" height="26" as="geometry"/>
                </mxCell>
-                 <mxCell id="60" value="+endsAt:Timestampz" style="text;strokeColor=none;fillColor=none;align=left;verticalAlign=top;spacingLeft=4;spacingRight=4;overflow=hidden;rotatable=0;points=[[0,0.5],[1,0.5]];portConstraint=eastwest;whiteSpace=wrap;html=1;" vertex="1" parent="45">
+                 <mxCell id="59" value="+updatedAt:Timestampz" style="text;strokeColor=none;fillColor=none;align=left;verticalAlign=top;spacingLeft=4;spacingRight=4;overflow=hidden;rotatable=0;points=[[0,0.5],[1,0.5]];portConstraint=eastwest;whiteSpace=wrap;html=1;" parent="45" vertex="1">
                    <mxGeometry y="130" width="190" height="26" as="geometry"/>
                </mxCell>
-                 <mxCell id="48" value="+isRevoqued: Bool" style="text;strokeColor=none;fillColor=none;align=left;verticalAlign=top;spacingLeft=4;spacingRight=4;overflow=hidden;rotatable=0;points=[[0,0.5],[1,0.5]];portConstraint=eastwest;whiteSpace=wrap;html=1;" vertex="1" parent="45">
+                 <mxCell id="60" value="+endsAt:Timestampz" style="text;strokeColor=none;fillColor=none;align=left;verticalAlign=top;spacingLeft=4;spacingRight=4;overflow=hidden;rotatable=0;points=[[0,0.5],[1,0.5]];portConstraint=eastwest;whiteSpace=wrap;html=1;" parent="45" vertex="1">
                    <mxGeometry y="156" width="190" height="26" as="geometry"/>
                </mxCell>
-                 <mxCell id="64" value="MarketPlace" style="swimlane;fontStyle=0;childLayout=stackLayout;horizontal=1;startSize=26;fillColor=none;horizontalStack=0;resizeParent=1;resizeParentMax=0;resizeLast=0;collapsible=1;marginBottom=0;whiteSpace=wrap;html=1;" vertex="1" parent="1">
-                     <mxGeometry x="333" y="-60" width="185" height="234" as="geometry"/>
-                 </mxCell>
-                 <mxCell id="65" value="+ID: UUID (PK)" style="text;strokeColor=none;fillColor=none;align=left;verticalAlign=top;spacingLeft=4;spacingRight=4;overflow=hidden;rotatable=0;points=[[0,0.5],[1,0.5]];portConstraint=eastwest;whiteSpace=wrap;html=1;" vertex="1" parent="64">
+                 <mxCell id="48" value="+isRevoqued: Bool" style="text;strokeColor=none;fillColor=none;align=left;verticalAlign=top;spacingLeft=4;spacingRight=4;overflow=hidden;rotatable=0;points=[[0,0.5],[1,0.5]];portConstraint=eastwest;whiteSpace=wrap;html=1;" parent="45" vertex="1">
+                     <mxGeometry y="182" width="190" height="26" as="geometry"/>
+                 </mxCell>
+                 <mxCell id="64" value="MarketPlace" style="swimlane;fontStyle=0;childLayout=stackLayout;horizontal=1;startSize=26;fillColor=none;horizontalStack=0;resizeParent=1;resizeParentMax=0;resizeLast=0;collapsible=1;marginBottom=0;whiteSpace=wrap;html=1;" parent="1" vertex="1">
+                     <mxGeometry x="333" y="-100" width="185" height="260" as="geometry"/>
+                 </mxCell>
+                 <mxCell id="65" value="+ID: UUID (PK)" style="text;strokeColor=none;fillColor=none;align=left;verticalAlign=top;spacingLeft=4;spacingRight=4;overflow=hidden;rotatable=0;points=[[0,0.5],[1,0.5]];portConstraint=eastwest;whiteSpace=wrap;html=1;" parent="64" vertex="1">
                    <mxGeometry y="26" width="185" height="26" as="geometry"/>
                </mxCell>
-                 <mxCell id="73" value="+createdAt: Timestampz" style="text;strokeColor=none;fillColor=none;align=left;verticalAlign=top;spacingLeft=4;spacingRight=4;overflow=hidden;rotatable=0;points=[[0,0.5],[1,0.5]];portConstraint=eastwest;whiteSpace=wrap;html=1;" vertex="1" parent="64">
+                 <mxCell id="73" value="+createdAt: Timestampz" style="text;strokeColor=none;fillColor=none;align=left;verticalAlign=top;spacingLeft=4;spacingRight=4;overflow=hidden;rotatable=0;points=[[0,0.5],[1,0.5]];portConstraint=eastwest;whiteSpace=wrap;html=1;" parent="64" vertex="1">
                    <mxGeometry y="52" width="185" height="26" as="geometry"/>
                </mxCell>
-                 <mxCell id="74" value="+updatedAt: Timestampz" style="text;strokeColor=none;fillColor=none;align=left;verticalAlign=top;spacingLeft=4;spacingRight=4;overflow=hidden;rotatable=0;points=[[0,0.5],[1,0.5]];portConstraint=eastwest;whiteSpace=wrap;html=1;" vertex="1" parent="64">
+                 <mxCell id="74" value="+updatedAt: Timestampz" style="text;strokeColor=none;fillColor=none;align=left;verticalAlign=top;spacingLeft=4;spacingRight=4;overflow=hidden;rotatable=0;points=[[0,0.5],[1,0.5]];portConstraint=eastwest;whiteSpace=wrap;html=1;" parent="64" vertex="1">
                    <mxGeometry y="78" width="185" height="26" as="geometry"/>
                </mxCell>
-                 <mxCell id="66" value="+postingUser: UUID(FK.users)" style="text;strokeColor=none;fillColor=none;align=left;verticalAlign=top;spacingLeft=4;spacingRight=4;overflow=hidden;rotatable=0;points=[[0,0.5],[1,0.5]];portConstraint=eastwest;whiteSpace=wrap;html=1;" vertex="1" parent="64">
+                 <mxCell id="66" value="+postingUser: UUID(FK.users)" style="text;strokeColor=none;fillColor=none;align=left;verticalAlign=top;spacingLeft=4;spacingRight=4;overflow=hidden;rotatable=0;points=[[0,0.5],[1,0.5]];portConstraint=eastwest;whiteSpace=wrap;html=1;" parent="64" vertex="1">
                    <mxGeometry y="104" width="185" height="26" as="geometry"/>
                </mxCell>
-                 <mxCell id="67" value="+title: Str [idx]" style="text;strokeColor=none;fillColor=none;align=left;verticalAlign=top;spacingLeft=4;spacingRight=4;overflow=hidden;rotatable=0;points=[[0,0.5],[1,0.5]];portConstraint=eastwest;whiteSpace=wrap;html=1;" vertex="1" parent="64">
+                 <mxCell id="80" value="+location: JSONB" style="text;strokeColor=none;fillColor=none;align=left;verticalAlign=top;spacingLeft=4;spacingRight=4;overflow=hidden;rotatable=0;points=[[0,0.5],[1,0.5]];portConstraint=eastwest;whiteSpace=wrap;html=1;" vertex="1" parent="64">
                    <mxGeometry y="130" width="185" height="26" as="geometry"/>
                </mxCell>
-                 <mxCell id="69" value="+description: Str" style="text;strokeColor=none;fillColor=none;align=left;verticalAlign=top;spacingLeft=4;spacingRight=4;overflow=hidden;rotatable=0;points=[[0,0.5],[1,0.5]];portConstraint=eastwest;whiteSpace=wrap;html=1;" vertex="1" parent="64">
+                 <mxCell id="67" value="+title: Str [idx]" style="text;strokeColor=none;fillColor=none;align=left;verticalAlign=top;spacingLeft=4;spacingRight=4;overflow=hidden;rotatable=0;points=[[0,0.5],[1,0.5]];portConstraint=eastwest;whiteSpace=wrap;html=1;" parent="64" vertex="1">
                    <mxGeometry y="156" width="185" height="26" as="geometry"/>
                </mxCell>
-                 <mxCell id="70" value="+images: Bool" style="text;strokeColor=none;fillColor=none;align=left;verticalAlign=top;spacingLeft=4;spacingRight=4;overflow=hidden;rotatable=0;points=[[0,0.5],[1,0.5]];portConstraint=eastwest;whiteSpace=wrap;html=1;" vertex="1" parent="64">
+                 <mxCell id="69" value="+description: Str" style="text;strokeColor=none;fillColor=none;align=left;verticalAlign=top;spacingLeft=4;spacingRight=4;overflow=hidden;rotatable=0;points=[[0,0.5],[1,0.5]];portConstraint=eastwest;whiteSpace=wrap;html=1;" parent="64" vertex="1">
                    <mxGeometry y="182" width="185" height="26" as="geometry"/>
                </mxCell>
-                 <mxCell id="72" value="+isOpened:bool" style="text;strokeColor=none;fillColor=none;align=left;verticalAlign=top;spacingLeft=4;spacingRight=4;overflow=hidden;rotatable=0;points=[[0,0.5],[1,0.5]];portConstraint=eastwest;whiteSpace=wrap;html=1;" vertex="1" parent="64">
+                 <mxCell id="70" value="+images: Bool" style="text;strokeColor=none;fillColor=none;align=left;verticalAlign=top;spacingLeft=4;spacingRight=4;overflow=hidden;rotatable=0;points=[[0,0.5],[1,0.5]];portConstraint=eastwest;whiteSpace=wrap;html=1;" parent="64" vertex="1">
                    <mxGeometry y="208" width="185" height="26" as="geometry"/>
+                 </mxCell>
+                 <mxCell id="72" value="+isOpened:bool" style="text;strokeColor=none;fillColor=none;align=left;verticalAlign=top;spacingLeft=4;spacingRight=4;overflow=hidden;rotatable=0;points=[[0,0.5],[1,0.5]];portConstraint=eastwest;whiteSpace=wrap;html=1;" parent="64" vertex="1">
+                     <mxGeometry y="234" width="185" height="26" as="geometry"/>
+                 </mxCell>
+                 <mxCell id="75" value="Roles" style="swimlane;fontStyle=0;childLayout=stackLayout;horizontal=1;startSize=26;fillColor=none;horizontalStack=0;resizeParent=1;resizeParentMax=0;resizeLast=0;collapsible=1;marginBottom=0;whiteSpace=wrap;html=1;" parent="1" vertex="1">
+                     <mxGeometry x="50" y="-20" width="140" height="104" as="geometry"/>
+                 </mxCell>
+                 <mxCell id="76" value="+id(UUID) PK" style="text;strokeColor=none;fillColor=none;align=left;verticalAlign=top;spacingLeft=4;spacingRight=4;overflow=hidden;rotatable=0;points=[[0,0.5],[1,0.5]];portConstraint=eastwest;whiteSpace=wrap;html=1;" parent="75" vertex="1">
+                     <mxGeometry y="26" width="140" height="26" as="geometry"/>
+                 </mxCell>
+                 <mxCell id="77" value="+name: Str" style="text;strokeColor=none;fillColor=none;align=left;verticalAlign=top;spacingLeft=4;spacingRight=4;overflow=hidden;rotatable=0;points=[[0,0.5],[1,0.5]];portConstraint=eastwest;whiteSpace=wrap;html=1;" parent="75" vertex="1">
+                     <mxGeometry y="52" width="140" height="26" as="geometry"/>
+                 </mxCell>
+                 <mxCell id="78" value="+number: Int" style="text;strokeColor=none;fillColor=none;align=left;verticalAlign=top;spacingLeft=4;spacingRight=4;overflow=hidden;rotatable=0;points=[[0,0.5],[1,0.5]];portConstraint=eastwest;whiteSpace=wrap;html=1;" parent="75" vertex="1">
+                     <mxGeometry y="78" width="140" height="26" as="geometry"/>
                </mxCell>
            </root>
        </mxGraphModel>
    </diagram>
</mxfile>